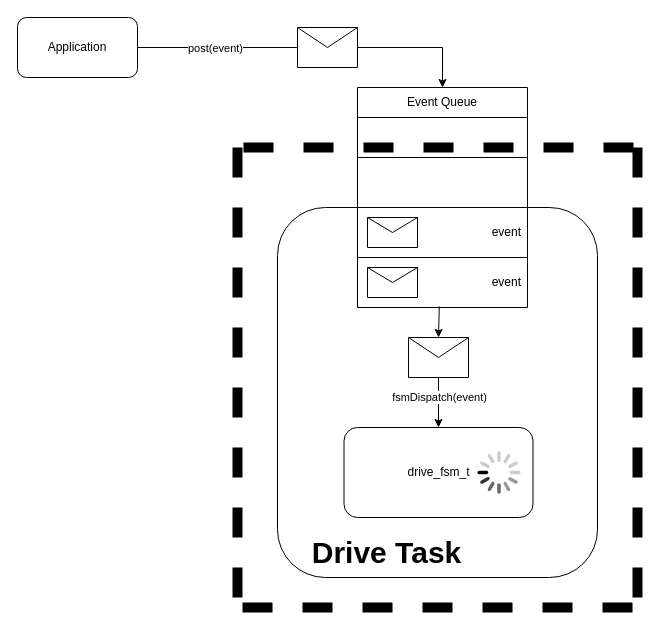
ress059/ecu keeps this draw.io diagram as page "run_to_completion_semantics" (4 of 5) of doc/images/fsm/fsm.drawio. Above is the earlier version. Source tidied: cells renumbered, new cells numbered last; positions are measured from the earlier drawing's top-left corner, leaving out a move shared by most shapes. Both pictures are drawn from the tidied source at 100%, with x=0, y=0 at pixel (17, 17).
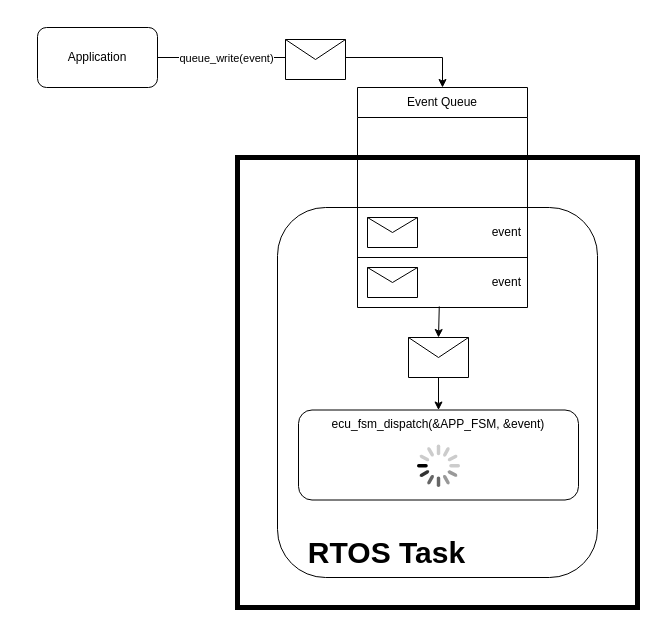
The same diagram, later.

The change refers to these unchanged cells:
```xml
<mxCell id="3" style="edgeStyle=orthogonalEdgeStyle;rounded=0;jettySize=auto;html=1;entryX=0.5;entryY=0;entryDx=0;entryDy=0;" parent="1" edge="1" source="5" target="16">
  <mxGeometry relative="1" as="geometry" />
</mxCell>
<mxCell id="6" style="edgeStyle=orthogonalEdgeStyle;rounded=0;jettySize=auto;html=1;" parent="1" edge="1" source="8" target="23">
  <mxGeometry relative="1" as="geometry" />
</mxCell>
```

What changed in the source:
```diff
@@
+    <mxCell id="25" style="rounded=0;whiteSpace=wrap;html=1;strokeWidth=5;" parent="1" vertex="1">
+      <mxGeometry x="220" y="140" width="400" height="450" as="geometry" />
+    </mxCell>
@@
-    <mxCell id="4" value="post(event)" style="edgeLabel;html=1;align=center;verticalAlign=middle;" parent="3" vertex="1">
+    <mxCell id="4" value="queue_write(event)" style="edgeLabel;html=1;align=center;verticalAlign=middle;" parent="3" vertex="1">
       <mxGeometry x="-0.4" y="3" relative="1" as="geometry">
         <mxPoint x="-27" y="3" as="offset" />
       </mxGeometry>
     </mxCell>
     <mxCell id="5" value="Application" style="rounded=1;whiteSpace=wrap;html=1;" parent="1" vertex="1">
-      <mxGeometry width="120" height="60" as="geometry" />
+      <mxGeometry x="20" y="10" width="120" height="60" as="geometry" />
     </mxCell>
@@
-    <mxCell id="7" value="fsmDispatch(event)" style="edgeLabel;html=1;align=center;verticalAlign=middle;" parent="6" vertex="1">
-      <mxGeometry x="-0.08" y="-2" relative="1" as="geometry">
-        <mxPoint x="2" y="-4" as="offset" />
-      </mxGeometry>
-    </mxCell>
@@
-    <mxCell id="9" value="&lt;b&gt;&lt;font style=&quot;font-size: 30px;&quot;&gt;Drive Task&lt;/font&gt;&lt;/b&gt;" style="text;html=1;strokeColor=none;fillColor=none;align=center;verticalAlign=middle;whiteSpace=wrap;rounded=0;" parent="1" vertex="1">
+    <mxCell id="9" value="&lt;b&gt;&lt;font style=&quot;font-size: 30px;&quot;&gt;RTOS Task&lt;/font&gt;&lt;/b&gt;" style="text;html=1;strokeColor=none;fillColor=none;align=center;verticalAlign=middle;whiteSpace=wrap;rounded=0;" parent="1" vertex="1">
       <mxGeometry x="279" y="520" width="181" height="30" as="geometry" />
     </mxCell>
-    <mxCell id="10" style="endArrow=none;html=1;rounded=0;strokeWidth=10;dashed=1;" parent="1" edge="1">
-      <mxGeometry relative="1" as="geometry">
-        <mxPoint x="220" y="580" as="sourcePoint" />
-        <mxPoint x="220" y="110" as="targetPoint" />
-      </mxGeometry>
-    </mxCell>
-    <mxCell id="11" style="endArrow=none;html=1;rounded=0;strokeWidth=10;dashed=1;" parent="1" edge="1">
-      <mxGeometry relative="1" as="geometry">
-        <mxPoint x="226" y="130" as="sourcePoint" />
-        <mxPoint x="616" y="130" as="targetPoint" />
-      </mxGeometry>
-    </mxCell>
-    <mxCell id="12" style="endArrow=none;html=1;rounded=0;strokeWidth=10;dashed=1;" parent="1" edge="1">
-      <mxGeometry relative="1" as="geometry">
-        <mxPoint x="225" y="590" as="sourcePoint" />
-        <mxPoint x="615" y="590" as="targetPoint" />
-      </mxGeometry>
-    </mxCell>
-    <mxCell id="13" style="endArrow=none;html=1;rounded=0;strokeWidth=10;dashed=1;" parent="1" edge="1">
-      <mxGeometry relative="1" as="geometry">
-        <mxPoint x="620" y="580" as="sourcePoint" />
-        <mxPoint x="620" y="110" as="targetPoint" />
-      </mxGeometry>
-    </mxCell>
@@
     <mxCell id="22" style="shape=message;html=1;html=1;labelPosition=center;verticalLabelPosition=bottom;align=center;verticalAlign=top;" parent="1" vertex="1">
-      <mxGeometry x="280" y="10" width="60" height="40" as="geometry" />
+      <mxGeometry x="268" y="22" width="60" height="40" as="geometry" />
     </mxCell>
-    <mxCell id="23" value="drive_fsm_t" style="rounded=1;whiteSpace=wrap;html=1;" parent="1" vertex="1">
-      <mxGeometry x="326.5" y="410" width="189" height="90" as="geometry" />
+    <mxCell id="23" value="ecu_fsm_dispatch(&amp;amp;APP_FSM, &amp;amp;event)" style="rounded=1;whiteSpace=wrap;html=1;verticalAlign=top;" parent="1" vertex="1">
+      <mxGeometry x="281" y="392.5" width="280" height="90" as="geometry" />
     </mxCell>
     <mxCell id="24" style="html=1;verticalLabelPosition=bottom;labelBackgroundColor=#ffffff;verticalAlign=top;shadow=0;dashed=0;strokeWidth=2;shape=mxgraph.ios7.misc.loading_circle;" parent="1" vertex="1">
-      <mxGeometry x="460" y="433.8" width="43" height="42.5" as="geometry" />
+      <mxGeometry x="399.5" y="427" width="43" height="42.5" as="geometry" />
     </mxCell>
```
